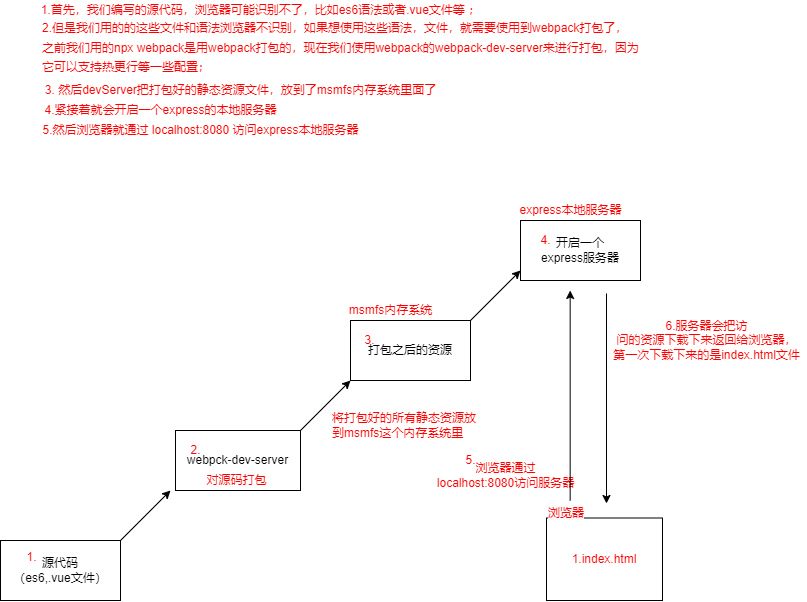
Earlier version of the draw.io export 前端学习思维导图/devServer打包流程.drawio.png (PrivateCodeWorld/learning-notes). Source tidied: cells renumbered, new cells last; positions are measured from the earlier drawing's top-left corner, leaving out a move shared by most shapes.
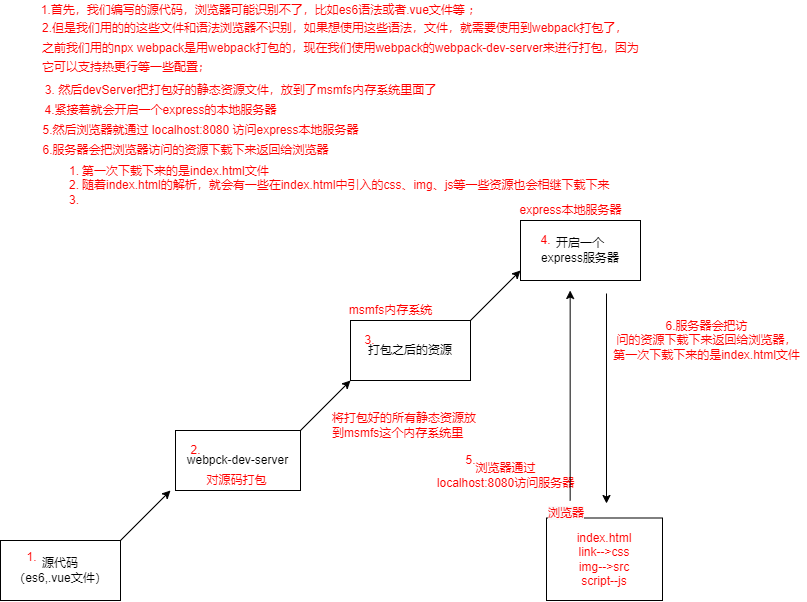
Above is the later version.

Commit message:
更新devServer打包流程.drawio.png

What changed in the source:
```diff
@@ -68,7 +68,7 @@
     <mxCell id="20" value="express本地服务器" style="text;html=1;align=center;verticalAlign=middle;strokeColor=none;fillColor=none;fontSize=12;fontColor=#FF0000;" parent="1" vertex="1">
       <mxGeometry x="510" y="200" width="120" height="20" as="geometry" />
     </mxCell>
-    <mxCell id="21" value="1.index.html" style="whiteSpace=wrap;html=1;fontSize=12;fontColor=#FF0000;" parent="1" vertex="1">
+    <mxCell id="21" value="index.html&lt;br&gt;link--&amp;gt;css&lt;br&gt;img--&amp;gt;src&lt;br&gt;script--js" style="whiteSpace=wrap;html=1;fontSize=12;fontColor=#FF0000;" parent="1" vertex="1">
       <mxGeometry x="546" y="517.5" width="116" height="82.5" as="geometry" />
     </mxCell>
     <mxCell id="22" value="&lt;span style=&quot;font-family: &amp;#34;helvetica&amp;#34; ; font-size: 12px ; font-style: normal ; font-weight: 400 ; letter-spacing: normal ; text-align: center ; text-indent: 0px ; text-transform: none ; word-spacing: 0px ; background-color: rgb(248 , 249 , 250) ; display: inline ; float: none&quot;&gt;浏览器&lt;/span&gt;" style="text;whiteSpace=wrap;html=1;fontSize=12;fontColor=#FF0000;" parent="1" vertex="1">
@@ -101,5 +101,11 @@
     <mxCell id="29" value="6.服务器会把访&lt;br&gt;问的资源下载下来返回给浏览器，&lt;br&gt;第一次下载下来的是index.html文件" style="text;html=1;align=center;verticalAlign=middle;strokeColor=none;fillColor=none;fontSize=12;fontColor=#FF0000;" parent="1" vertex="1">
       <mxGeometry x="606" y="315" width="200" height="50" as="geometry" />
     </mxCell>
+    <mxCell id="30" value="6.服务器会把浏览器访问的资源下载下来返回给浏览器" style="text;html=1;align=center;verticalAlign=middle;strokeColor=none;fillColor=none;fontSize=12;fontColor=#FF0000;" parent="1" vertex="1">
+      <mxGeometry x="35" y="140" width="300" height="20" as="geometry" />
+    </mxCell>
+    <mxCell id="31" value="&lt;ol&gt;&lt;li&gt;第一次下载下来的是index.html文件&lt;/li&gt;&lt;li&gt;随着index.html的解析，就会有一些在index.html中引入的css、img、js等一些资源也会相继下载下来&lt;/li&gt;&lt;li&gt;&lt;br&gt;&lt;/li&gt;&lt;/ol&gt;" style="text;html=1;align=left;verticalAlign=middle;strokeColor=none;fillColor=none;fontSize=12;fontColor=#FF0000;" parent="1" vertex="1">
+      <mxGeometry x="40" y="150" width="580" height="70" as="geometry" />
+    </mxCell>
   </root>
 </mxGraphModel>
```
